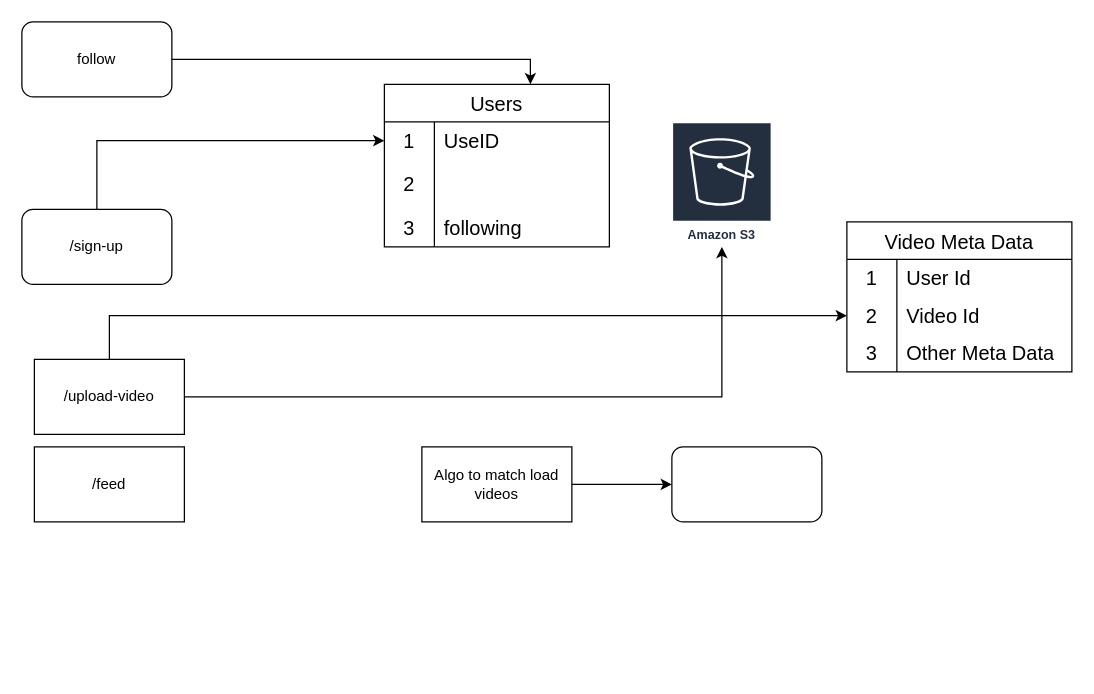
This is Untitled Diagram.drawio from sunith-kumar/portfolio, a draw.io file, before an edit. Source tidied: cells renumbered, new cells numbered last; positions are measured from the earlier drawing's top-left corner, leaving out a move shared by most shapes. Both pictures are drawn from the tidied source at 125%, with x=0, y=0 at pixel (21, 21).
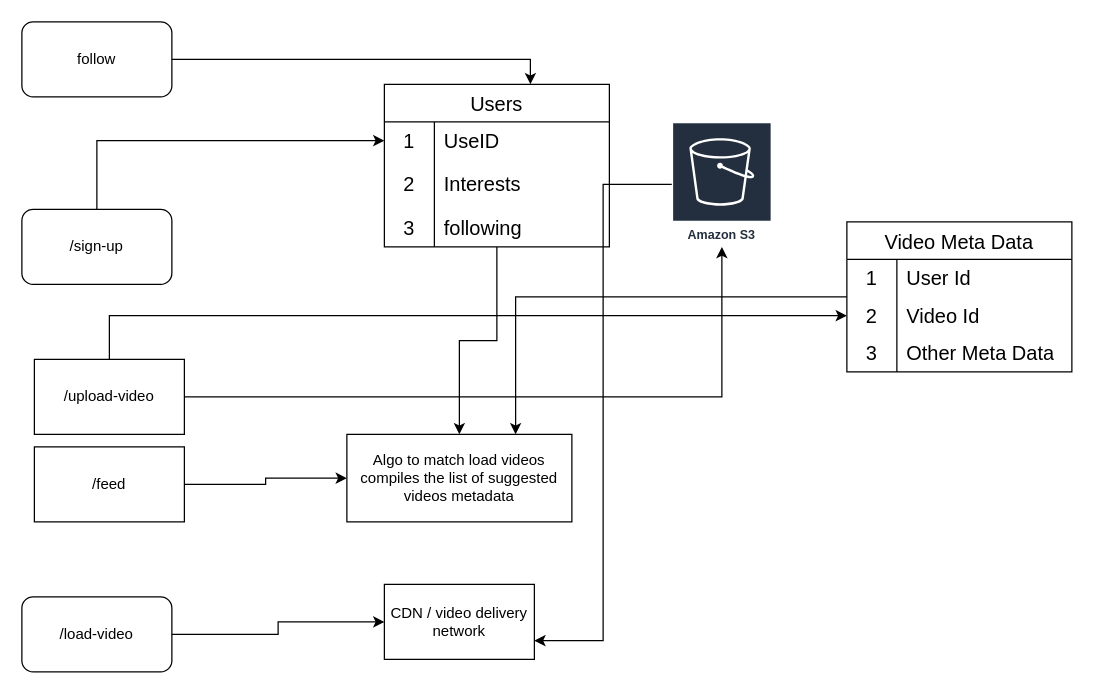
After the change.

Commit message:
System Design Diagram.drawio

The change refers to these unchanged cells:
```xml
<mxCell id="7" value="Users" style="shape=table;startSize=30;childLayout=tableLayout;rowLines=0;fontStyle=0;strokeColor=default;fontSize=16;" parent="1" vertex="1">
  <mxGeometry x="290" y="50" width="180" height="130" as="geometry" />
</mxCell>
<mxCell id="11" style="shape=tableRow;horizontal=0;startSize=0;swimlaneHead=0;swimlaneBody=0;top=0;left=0;bottom=0;right=0;fillColor=none;strokeColor=inherit;fontSize=16;" parent="7" vertex="1">
  <mxGeometry y="60" width="180" height="40" as="geometry" />
</mxCell>
<mxCell id="17" value="Amazon S3" style="sketch=0;outlineConnect=0;fontColor=#232F3E;gradientColor=none;strokeColor=#ffffff;fillColor=#232F3E;dashed=0;verticalLabelPosition=middle;verticalAlign=bottom;align=center;html=1;whiteSpace=wrap;fontSize=10;fontStyle=1;spacing=3;shape=mxgraph.aws4.productIcon;prIcon=mxgraph.aws4.s3;" parent="1" vertex="1">
  <mxGeometry x="520" y="80" width="80" height="100" as="geometry" />
</mxCell>
<mxCell id="18" value="Video Meta Data" style="shape=table;startSize=30;childLayout=tableLayout;rowLines=0;fontStyle=0;strokeColor=default;fontSize=16;" parent="1" vertex="1">
  <mxGeometry x="660" y="160" width="180" height="120" as="geometry" />
</mxCell>
<mxCell id="28" value="/feed" style="whiteSpace=wrap;html=1;" parent="1" vertex="1">
  <mxGeometry x="10" y="340" width="120" height="60" as="geometry" />
</mxCell>
```

What changed in the source:
```diff
@@
+    <mxCell id="34" style="edgeStyle=orthogonalEdgeStyle;rounded=0;jettySize=auto;html=1;" parent="1" edge="1" source="7" target="32">
+      <mxGeometry relative="1" as="geometry" />
+    </mxCell>
@@
-    <mxCell id="13" style="shape=partialRectangle;html=1;whiteSpace=wrap;fillColor=none;top=0;left=0;bottom=0;right=0;align=left;spacingLeft=6;overflow=hidden;strokeColor=inherit;fontSize=16;" parent="11" vertex="1">
+    <mxCell id="13" value="Interests" style="shape=partialRectangle;html=1;whiteSpace=wrap;fillColor=none;top=0;left=0;bottom=0;right=0;align=left;spacingLeft=6;overflow=hidden;strokeColor=inherit;fontSize=16;" parent="11" vertex="1">
       <mxGeometry x="40" width="140" height="40" as="geometry" />
     </mxCell>
@@
+    <mxCell id="35" style="edgeStyle=orthogonalEdgeStyle;rounded=0;jettySize=auto;html=1;entryX=1;entryY=0.75;entryDx=0;entryDy=0;" parent="1" edge="1" source="17" target="38">
+      <mxGeometry relative="1" as="geometry" />
+    </mxCell>
@@
+    <mxCell id="36" style="edgeStyle=orthogonalEdgeStyle;rounded=0;jettySize=auto;html=1;entryX=0.75;entryY=0;entryDx=0;entryDy=0;" parent="1" edge="1" source="18" target="32">
+      <mxGeometry relative="1" as="geometry" />
+    </mxCell>
@@
+    <mxCell id="37" style="edgeStyle=orthogonalEdgeStyle;rounded=0;jettySize=auto;html=1;" parent="1" edge="1" source="28" target="32">
+      <mxGeometry relative="1" as="geometry" />
+    </mxCell>
@@
-    <mxCell id="31" style="edgeStyle=orthogonalEdgeStyle;rounded=0;jettySize=auto;html=1;" parent="1" edge="1" source="32" target="33">
-      <mxGeometry relative="1" as="geometry" />
-    </mxCell>
-    <mxCell id="32" value="Algo to match load videos" style="whiteSpace=wrap;html=1;" parent="1" vertex="1">
-      <mxGeometry x="320" y="340" width="120" height="60" as="geometry" />
+    <mxCell id="32" value="Algo to match load videos&lt;br&gt;compiles the list of suggested videos metadata" style="whiteSpace=wrap;html=1;" parent="1" vertex="1">
+      <mxGeometry x="260" y="330" width="180" height="70" as="geometry" />
     </mxCell>
-    <mxCell id="33" style="rounded=1;whiteSpace=wrap;html=1;" parent="1" vertex="1">
-      <mxGeometry x="520" y="340" width="120" height="60" as="geometry" />
-    </mxCell>
+    <mxCell id="38" value="CDN / video delivery network" style="whiteSpace=wrap;html=1;" parent="1" vertex="1">
+      <mxGeometry x="290" y="450" width="120" height="60" as="geometry" />
+    </mxCell>
+    <mxCell id="39" style="edgeStyle=orthogonalEdgeStyle;rounded=0;jettySize=auto;html=1;" parent="1" edge="1" source="40" target="38">
+      <mxGeometry relative="1" as="geometry" />
+    </mxCell>
+    <mxCell id="40" value="/load-video" style="rounded=1;whiteSpace=wrap;html=1;" parent="1" vertex="1">
+      <mxGeometry y="460" width="120" height="60" as="geometry" />
+    </mxCell>
```
